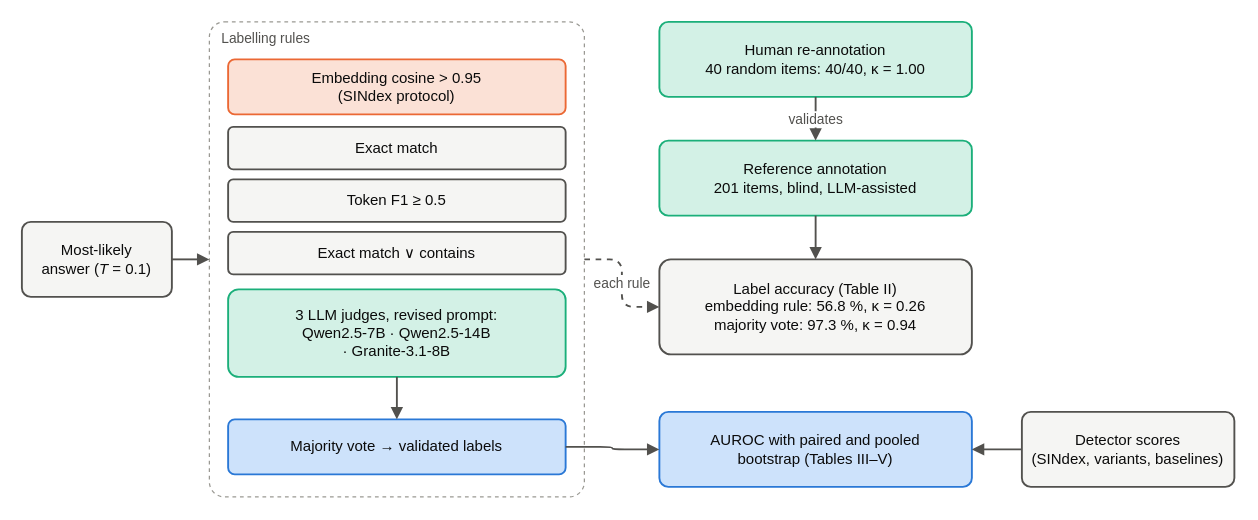
Above: paper/diagrams/evaluation.drawio in slxnjdhv/sindex-revisited (draw.io), before the change. Source tidied: cells renumbered, new cells numbered last; positions are measured from the earlier drawing's top-left corner, leaving out a move shared by most shapes. Both pictures are drawn from the tidied source at 125%, with x=0, y=0 at pixel (21, 21).
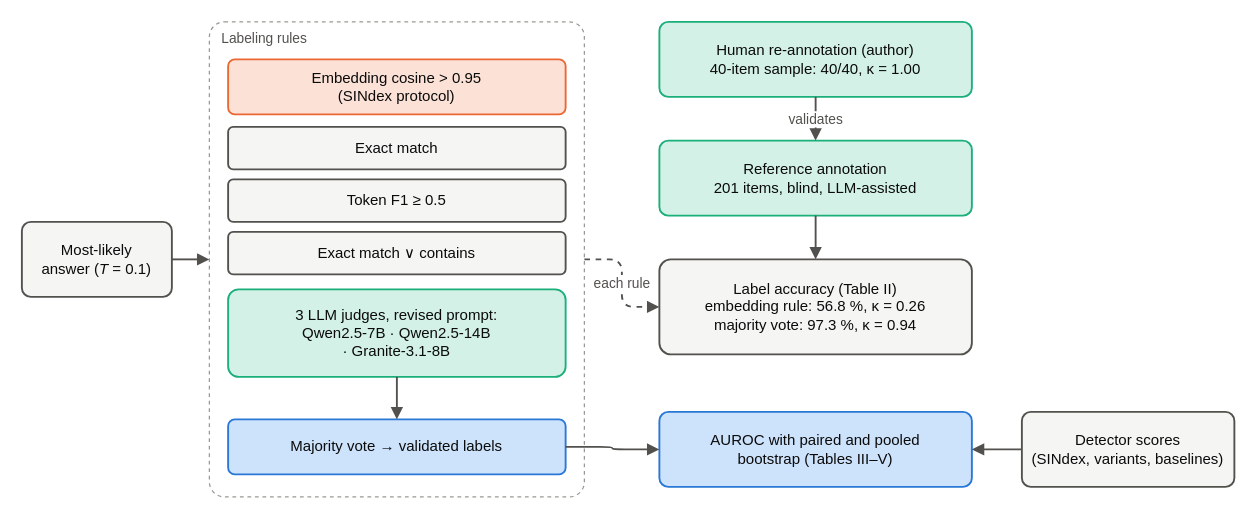
After the change.

Change to the diagram source:
```diff
@@
-    <mxCell id="3" value="Labelling rules" style="rounded=1;whiteSpace=wrap;html=1;arcSize=4;dashed=1;fillColor=none;strokeColor=#9a9993;fontFamily=Helvetica;fontSize=11;fontColor=#52514e;verticalAlign=top;align=left;spacingLeft=8;" parent="1" vertex="1">
+    <mxCell id="3" value="Labeling rules" style="rounded=1;whiteSpace=wrap;html=1;arcSize=4;dashed=1;fillColor=none;strokeColor=#9a9993;fontFamily=Helvetica;fontSize=11;fontColor=#52514e;verticalAlign=top;align=left;spacingLeft=8;" parent="1" vertex="1">
       <mxGeometry x="150" width="300" height="380" as="geometry" />
     </mxCell>
@@
-    <mxCell id="12" value="Human re-annotation&lt;br&gt;40 random items: 40/40, &amp;kappa; = 1.00" style="rounded=1;whiteSpace=wrap;html=1;arcSize=12;fontFamily=Helvetica;fontSize=12;fontColor=#0b0b0b;strokeWidth=1.5;fillColor=#d3f1e6;strokeColor=#1baf7a;" parent="1" vertex="1">
+    <mxCell id="12" value="Human re-annotation (author)&lt;br&gt;40-item sample: 40/40, &amp;kappa; = 1.00" style="rounded=1;whiteSpace=wrap;html=1;arcSize=12;fontFamily=Helvetica;fontSize=12;fontColor=#0b0b0b;strokeWidth=1.5;fillColor=#d3f1e6;strokeColor=#1baf7a;" parent="1" vertex="1">
       <mxGeometry x="510" width="250" height="60" as="geometry" />
     </mxCell>
```
